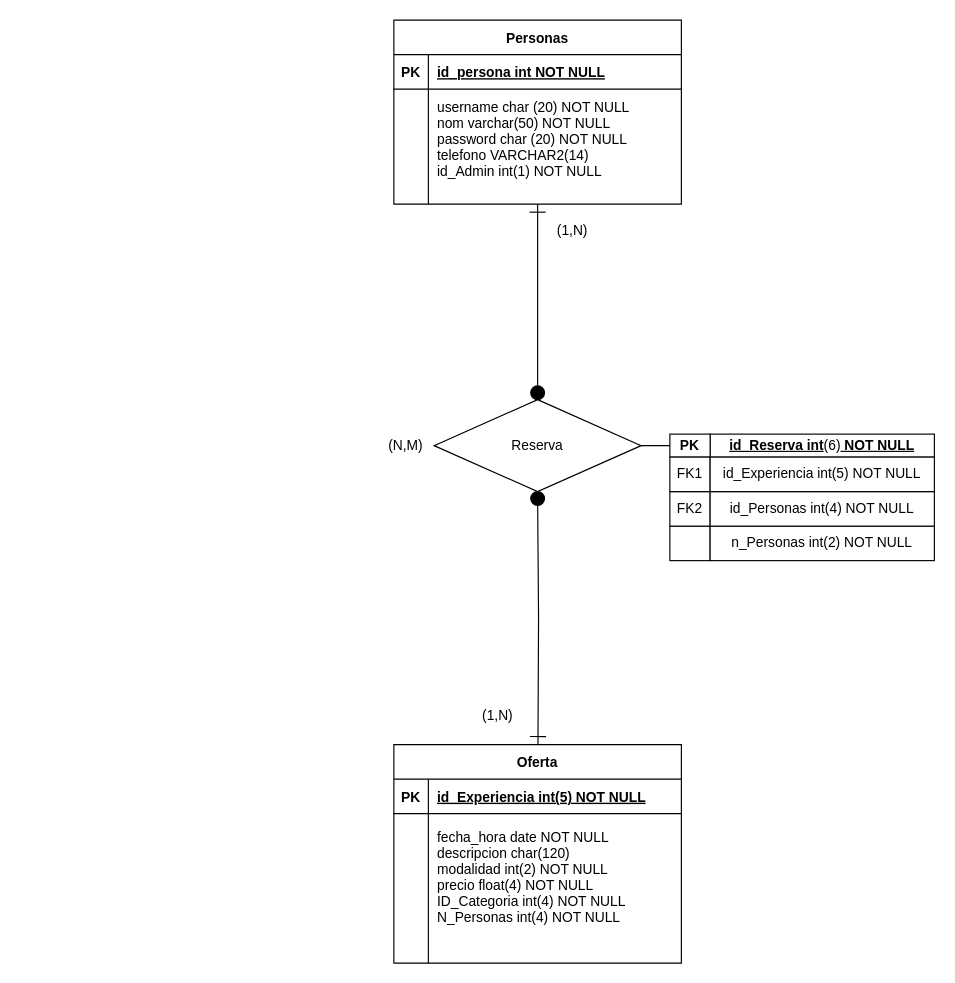
Before: Diagramas/Diagrama_ER_XaJo.drawio in joam6/Sailing_XaJo, a draw.io diagram. Source tidied: cells renumbered, new cells numbered last; positions are measured from the earlier drawing's top-left corner, leaving out a move shared by most shapes. Both pictures are drawn from the tidied source at 115%, with x=0, y=0 at pixel (376, 20).
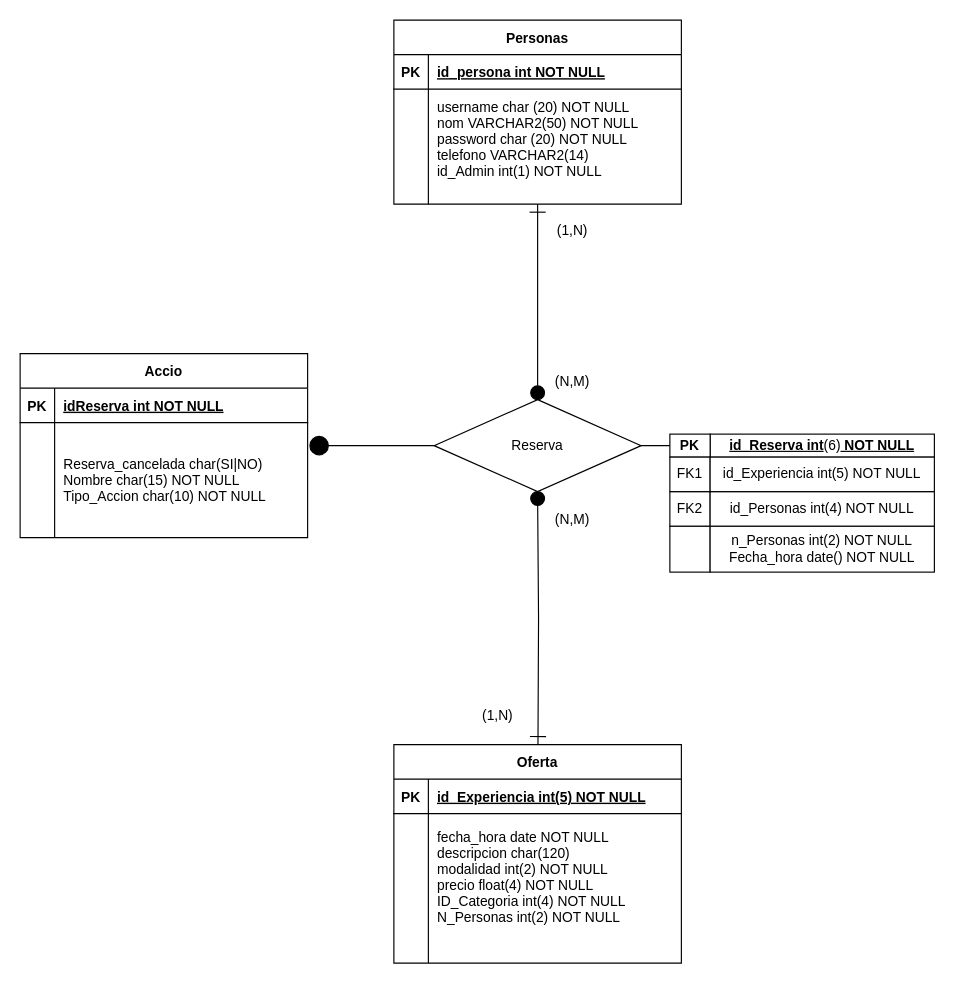
The same diagram, later.

The change refers to these unchanged cells:
```xml
<mxCell id="7" style="shape=partialRectangle;fillColor=none;top=0;left=0;right=0;bottom=0;" parent="3" vertex="1">
  <mxGeometry y="60" width="250" height="110" as="geometry" />
</mxCell>
<mxCell id="18" style="shape=partialRectangle;fillColor=none;top=0;left=0;right=0;bottom=0;" parent="14" vertex="1">
  <mxGeometry y="60" width="250" height="100" as="geometry" />
</mxCell>
<mxCell id="21" value="&lt;div&gt;Reserva&lt;/div&gt;" style="rhombus;whiteSpace=wrap;html=1;" parent="1" vertex="1">
  <mxGeometry x="50" y="330" width="180" height="80" as="geometry" />
</mxCell>
```

Change to the diagram source:
```diff
@@
-    <mxCell id="9" value="fecha_hora date NOT NULL&#10;descripcion char(120) &#10;modalidad int(2) NOT NULL&#10;precio float(4) NOT NULL&#10;ID_Categoria int(4) NOT NULL&#10;N_Personas int(4) NOT NULL" style="shape=partialRectangle;overflow=hidden;fillColor=none;top=0;left=0;bottom=0;right=0;align=left;spacingLeft=6;" parent="7" vertex="1">
+    <mxCell id="9" value="fecha_hora date NOT NULL&#10;descripcion char(120) &#10;modalidad int(2) NOT NULL&#10;precio float(4) NOT NULL&#10;ID_Categoria int(4) NOT NULL&#10;N_Personas int(2) NOT NULL" style="shape=partialRectangle;overflow=hidden;fillColor=none;top=0;left=0;bottom=0;right=0;align=left;spacingLeft=6;" parent="7" vertex="1">
       <mxGeometry x="30" width="220" height="110" as="geometry" />
     </mxCell>
@@
-    <mxCell id="20" value="username char (20) NOT NULL&#10;nom varchar(50) NOT NULL&#10;password char (20) NOT NULL&#10;telefono VARCHAR2(14)&#10;id_Admin int(1) NOT NULL&#10;" style="shape=partialRectangle;overflow=hidden;fillColor=none;top=0;left=0;bottom=0;right=0;align=left;spacingLeft=6;" parent="18" vertex="1">
+    <mxCell id="20" value="username char (20) NOT NULL&#10;nom VARCHAR2(50) NOT NULL&#10;password char (20) NOT NULL&#10;telefono VARCHAR2(14)&#10;id_Admin int(1) NOT NULL&#10;" style="shape=partialRectangle;overflow=hidden;fillColor=none;top=0;left=0;bottom=0;right=0;align=left;spacingLeft=6;" parent="18" vertex="1">
       <mxGeometry x="30" width="220" height="100" as="geometry" />
     </mxCell>
@@
-    <mxCell id="25" style="shape=partialRectangle;overflow=hidden;fillColor=none;top=0;left=0;bottom=0;right=0;" parent="1" vertex="1">
-      <mxGeometry x="305" y="110" width="30" height="100" as="geometry" />
-    </mxCell>
@@
     <mxCell id="28" style="html=1;whiteSpace=wrap;" parent="1" vertex="1">
-      <mxGeometry x="255" y="440" width="35" height="30" as="geometry" />
+      <mxGeometry x="255" y="440" width="35" height="40" as="geometry" />
     </mxCell>
-    <mxCell id="29" value="&lt;div&gt;&lt;span style=&quot;text-align: left; text-wrap-mode: nowrap; background-color: initial;&quot;&gt;n_Personas int&lt;/span&gt;&lt;span style=&quot;text-align: left; text-wrap-mode: nowrap; background-color: initial;&quot;&gt;(2)&lt;/span&gt;&lt;span style=&quot;background-color: initial; text-align: left; text-wrap-mode: nowrap;&quot;&gt;&amp;nbsp;NOT NULL&lt;/span&gt;&lt;/div&gt;" style="html=1;whiteSpace=wrap;" parent="1" vertex="1">
-      <mxGeometry x="290" y="440" width="195" height="30" as="geometry" />
+    <mxCell id="29" value="&lt;div&gt;&lt;span style=&quot;text-align: left; text-wrap-mode: nowrap; background-color: initial;&quot;&gt;n_Personas int&lt;/span&gt;&lt;span style=&quot;text-align: left; text-wrap-mode: nowrap; background-color: initial;&quot;&gt;(2)&lt;/span&gt;&lt;span style=&quot;background-color: initial; text-align: left; text-wrap-mode: nowrap;&quot;&gt;&amp;nbsp;NOT NULL&lt;br&gt;&lt;/span&gt;&lt;span style=&quot;text-align: left; text-wrap: nowrap;&quot;&gt;Fecha_hora date() NOT NULL&lt;/span&gt;&lt;br style=&quot;padding: 0px; margin: 0px; text-align: left; text-wrap: nowrap;&quot;&gt;&lt;/div&gt;" style="html=1;whiteSpace=wrap;" parent="1" vertex="1">
+      <mxGeometry x="290" y="440" width="195" height="40" as="geometry" />
     </mxCell>
@@
     <mxCell id="34" value="(N,M&lt;span style=&quot;background-color: initial;&quot;&gt;)&lt;/span&gt;" style="text;html=1;align=center;verticalAlign=middle;strokeColor=none;fillColor=none;" parent="1" vertex="1">
-      <mxGeometry y="355" width="50" height="30" as="geometry" />
+      <mxGeometry x="145" y="300" width="50" height="30" as="geometry" />
     </mxCell>
+    <mxCell id="35" value="(N,M&lt;span style=&quot;background-color: initial;&quot;&gt;)&lt;/span&gt;" style="text;html=1;align=center;verticalAlign=middle;strokeColor=none;fillColor=none;" parent="1" vertex="1">
+      <mxGeometry x="145" y="420" width="50" height="30" as="geometry" />
+    </mxCell>
+    <mxCell id="36" value="Accio" style="shape=table;startSize=30;childLayout=tableLayout;rowLines=0;fontStyle=1;align=center;" parent="1" vertex="1">
+      <mxGeometry x="-310" y="290" width="250" height="160" as="geometry" />
+    </mxCell>
+    <mxCell id="37" style="shape=partialRectangle;fillColor=none;top=0;left=0;right=0;bottom=1;" parent="36" vertex="1">
+      <mxGeometry y="30" width="250" height="30" as="geometry" />
+    </mxCell>
+    <mxCell id="38" value="PK" style="shape=partialRectangle;overflow=hidden;fillColor=none;top=0;left=0;bottom=0;right=0;fontStyle=1;" parent="37" vertex="1">
+      <mxGeometry width="30" height="30" as="geometry" />
+    </mxCell>
+    <mxCell id="39" value="idReserva int NOT NULL " style="shape=partialRectangle;overflow=hidden;fillColor=none;top=0;left=0;bottom=0;right=0;align=left;spacingLeft=6;fontStyle=5;" parent="37" vertex="1">
+      <mxGeometry x="30" width="220" height="30" as="geometry" />
+    </mxCell>
+    <mxCell id="40" style="shape=partialRectangle;fillColor=none;top=0;left=0;right=0;bottom=0;" parent="36" vertex="1">
+      <mxGeometry y="60" width="250" height="100" as="geometry" />
+    </mxCell>
+    <mxCell id="41" style="shape=partialRectangle;overflow=hidden;fillColor=none;top=0;left=0;bottom=0;right=0;" parent="40" vertex="1">
+      <mxGeometry width="30" height="100" as="geometry" />
+    </mxCell>
+    <mxCell id="42" value="Reserva_cancelada char(SI|NO)&#10;Nombre char(15) NOT NULL&#10;Tipo_Accion char(10) NOT NULL" style="shape=partialRectangle;overflow=hidden;fillColor=none;top=0;left=0;bottom=0;right=0;align=left;spacingLeft=6;" parent="40" vertex="1">
+      <mxGeometry x="30" width="220" height="100" as="geometry" />
+    </mxCell>
+    <mxCell id="43" style="edgeStyle=orthogonalEdgeStyle;rounded=0;jettySize=auto;html=1;exitX=0;exitY=0.5;exitDx=0;exitDy=0;startSize=5;endArrow=oval;endFill=1;strokeColor=default;endSize=16;targetPerimeterSpacing=0;" parent="1" edge="1" source="21">
+      <mxGeometry relative="1" as="geometry">
+        <mxPoint x="-50" y="370" as="targetPoint" />
+      </mxGeometry>
+    </mxCell>
```
